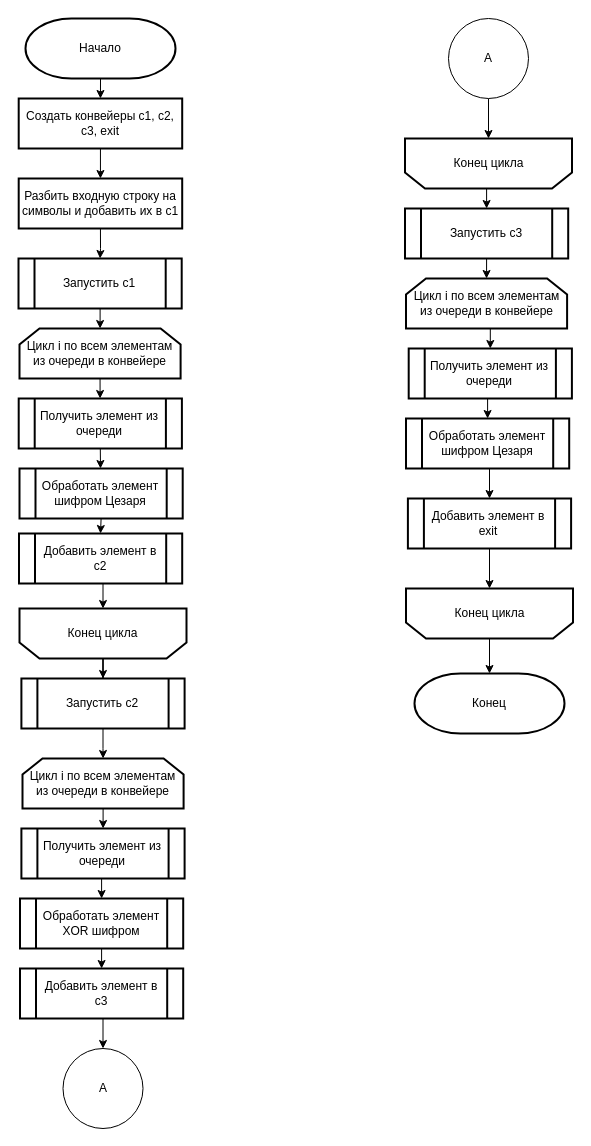
The draw.io diagram Лаб5/Отчет/src/Linear.drawio in seregadanser/BMSTU_AA_Labs, before the edit. Source tidied: cells renumbered, new cells numbered last; positions are measured from the earlier drawing's top-left corner, leaving out a move shared by most shapes. Both pictures are drawn from the tidied source at 100%, with x=0, y=0 at pixel (18, 18).
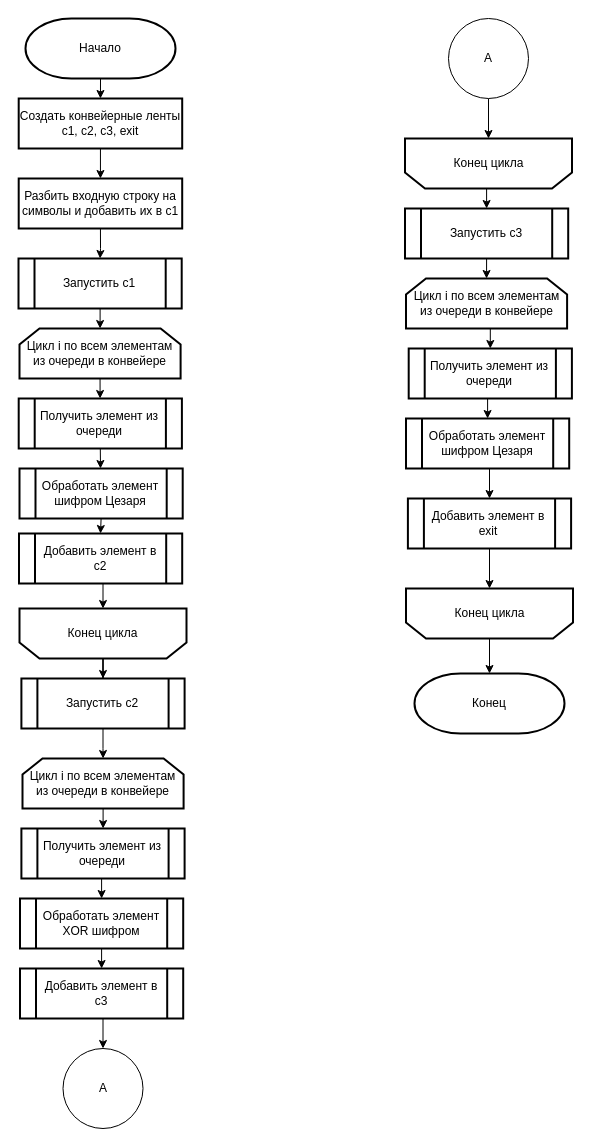
The same diagram, later.

What changed in the source:
```diff
@@
-    <mxCell id="5" value="Создать конвейеры c1, c2, c3, exit" style="rounded=0;whiteSpace=wrap;html=1;absoluteArcSize=1;arcSize=14;strokeWidth=2;" parent="1" vertex="1">
+    <mxCell id="5" value="Создать конвейерные ленты c1, c2, c3, exit" style="rounded=0;whiteSpace=wrap;html=1;absoluteArcSize=1;arcSize=14;strokeWidth=2;" parent="1" vertex="1">
       <mxGeometry x="0.2" y="80" width="163.5" height="50" as="geometry" />
     </mxCell>
```
